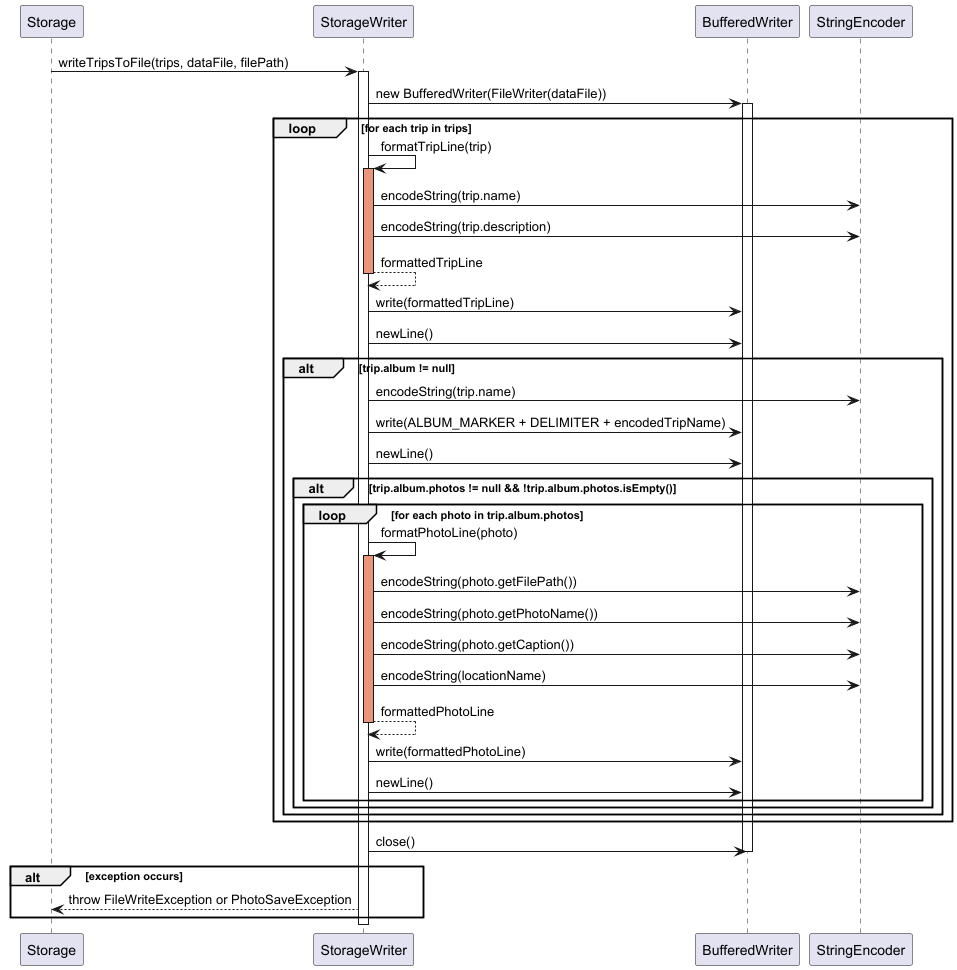
ojassurana/tp keeps this PlantUML diagram as docs/puml_pics/StorageWriter.png. Above is the earlier version.
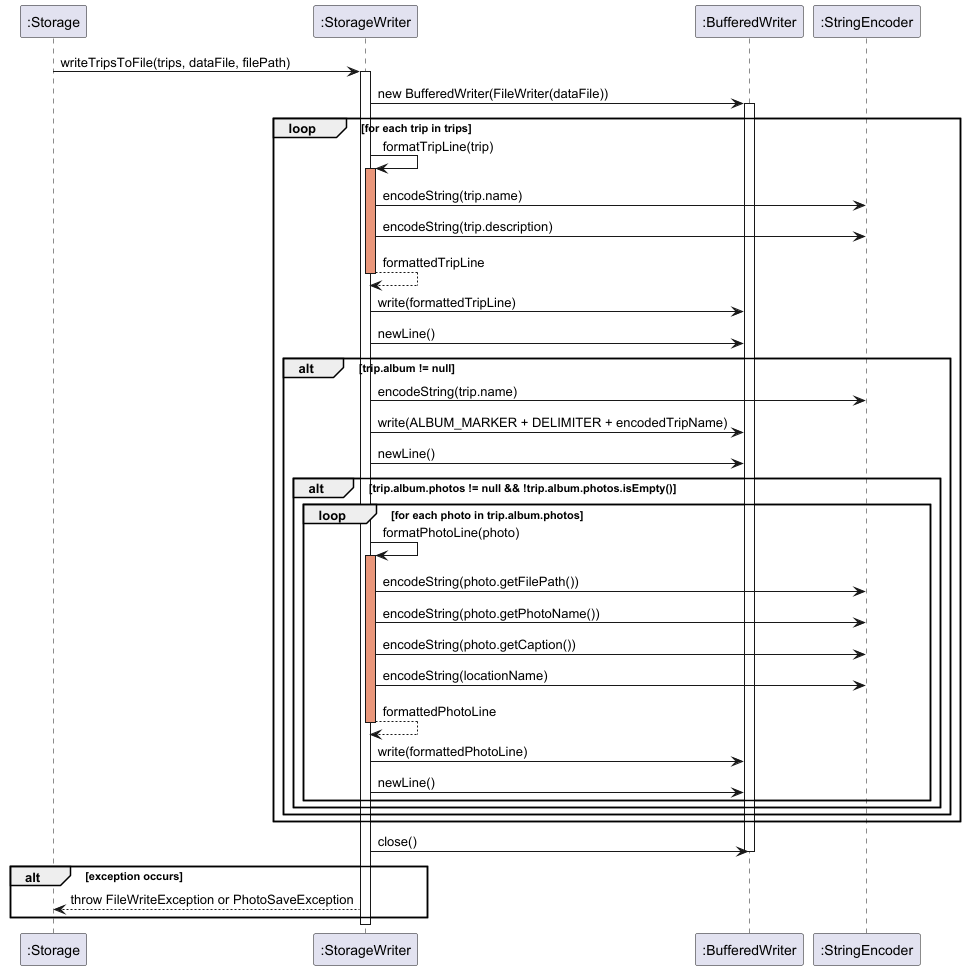
After the commit.

Diff of the diagram source:
```diff
@@ -1,8 +1,8 @@
 @startuml
-participant Storage
-participant StorageWriter
-participant BufferedWriter
-participant StringEncoder
+participant ":Storage" as Storage
+participant ":StorageWriter" as StorageWriter
+participant ":BufferedWriter" as BufferedWriter
+participant ":StringEncoder" as StringEncoder
 
 Storage -> StorageWriter : writeTripsToFile(trips, dataFile, filePath)
 activate StorageWriter
```
